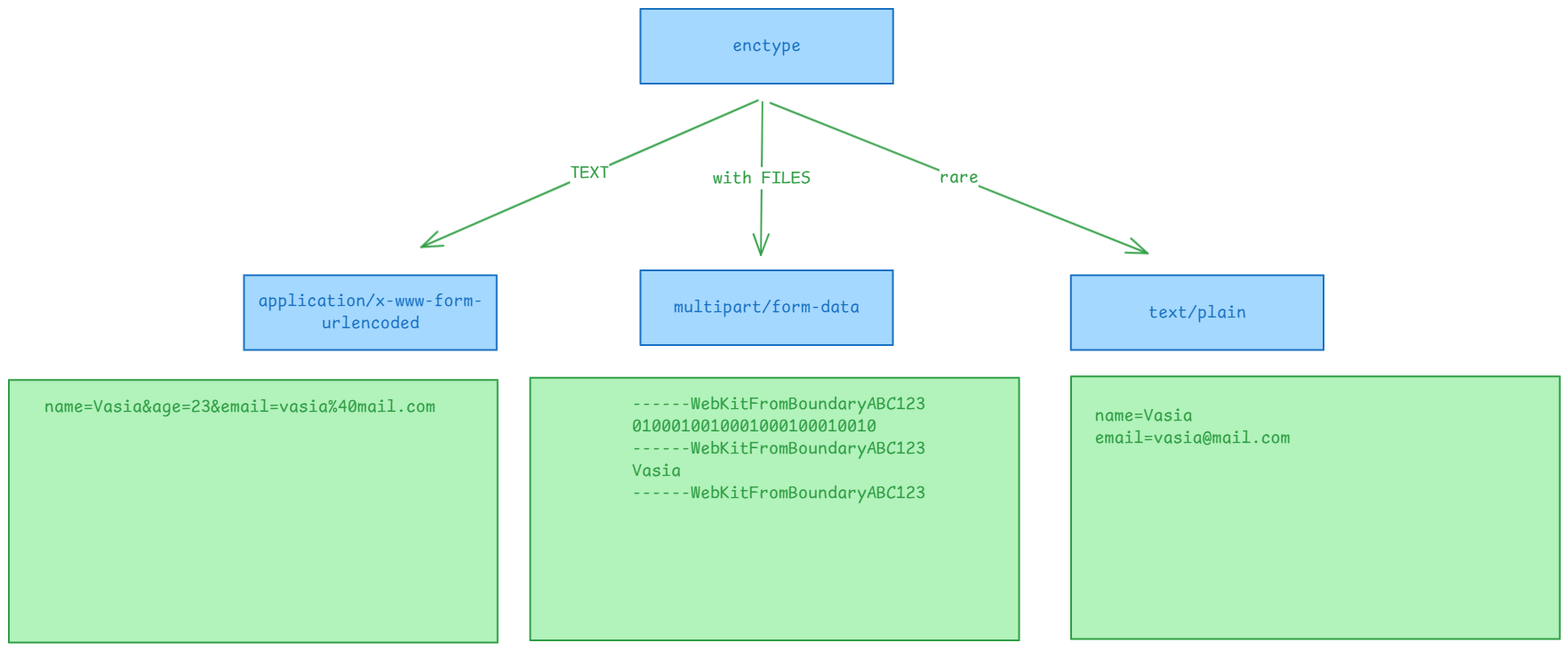
This is img/3_form.excalidraw.png from silvercodes/p23_p31_aspnetcore, a Excalidraw export, as it was before one commit. Source tidied: one line per element, renumbered; positions are measured from the earlier drawing's top-left corner, leaving out a move shared by most shapes.
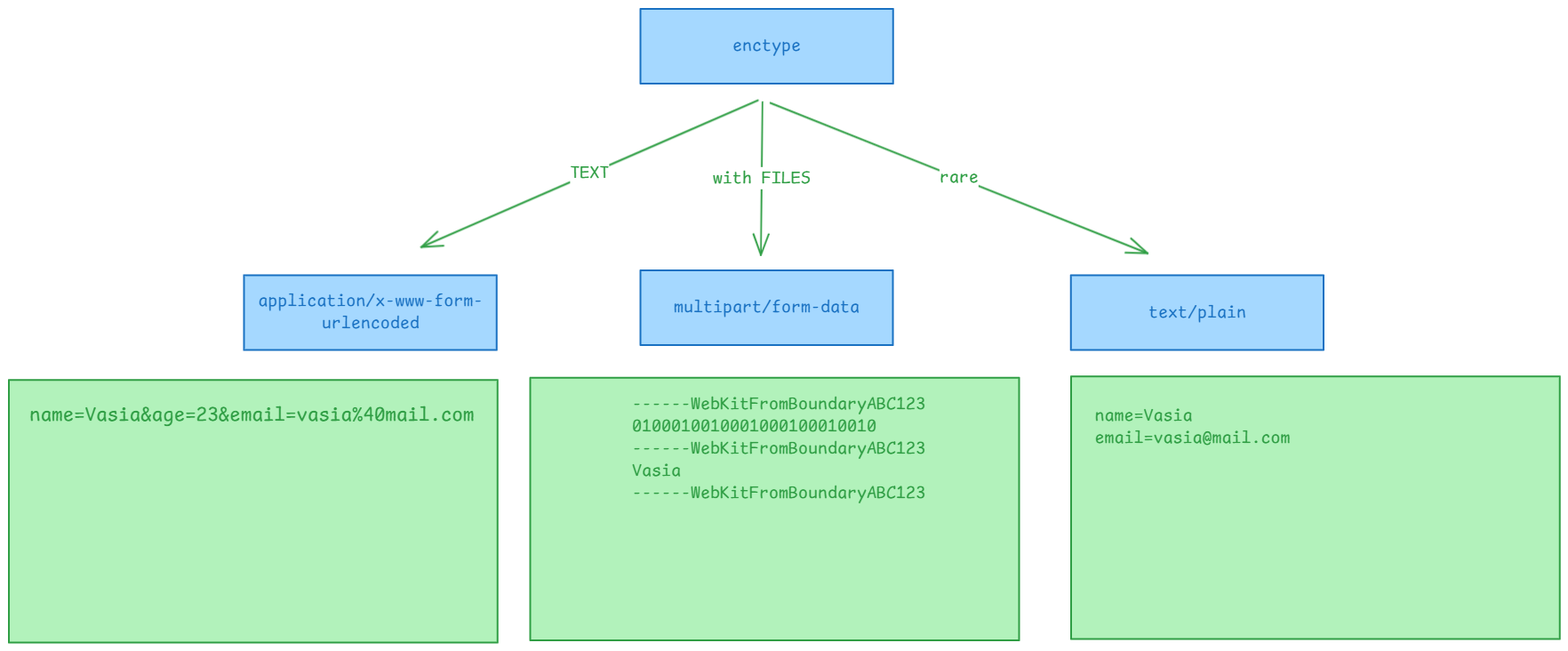
After the change.

Diff of the diagram source:
```diff
@@ -5,7 +5,7 @@
 {"id": 4, "type": "rectangle", "strokeColor": "#1971c2", "backgroundColor": "#a5d8ff", "fillStyle": "solid", "strokeWidth": 2, "roughness": 0, "x": 710, "y": 294, "width": 284, "height": 84}
 {"id": 5, "type": "text", "text": "multipart/form-data", "strokeColor": "#1971c2", "backgroundColor": "#a5d8ff", "fillStyle": "solid", "strokeWidth": 2, "roughness": 0, "fontSize": 20, "fontFamily": 8, "textAlign": "center", "verticalAlign": "middle", "inside": 4, "x": 748, "y": 323, "width": 209, "height": 25}
 {"id": 6, "type": "rectangle", "strokeColor": "#2f9e44", "backgroundColor": "#b2f2bb", "fillStyle": "solid", "strokeWidth": 2, "roughness": 0, "x": 0, "y": 417, "width": 550, "height": 295}
-{"id": 7, "type": "text", "text": "name=Vasia&age=23&email=vasia%40mail.com", "strokeColor": "#2f9e44", "backgroundColor": "#a5d8ff", "fillStyle": "solid", "strokeWidth": 2, "roughness": 0, "fontSize": 20, "fontFamily": 8, "x": 40, "y": 436, "width": 440, "height": 25}
+{"id": 7, "type": "text", "text": "name=Vasia&age=23&email=vasia%40mail.com", "strokeColor": "#2f9e44", "backgroundColor": "#a5d8ff", "fillStyle": "solid", "strokeWidth": 2, "roughness": 0, "fontSize": 22.74, "fontFamily": 8, "x": 23, "y": 443, "width": 500, "height": 28}
 {"id": 8, "type": "rectangle", "strokeColor": "#2f9e44", "backgroundColor": "#b2f2bb", "fillStyle": "solid", "strokeWidth": 2, "roughness": 0, "x": 587, "y": 415, "width": 550, "height": 295}
 {"id": 9, "type": "text", "text": "------WebKitFromBoundaryABC123\n0100010010001000100010010\n------WebKitFromBoundaryABC123\nVasia\n------WebKitFromBoundaryABC123", "strokeColor": "#2f9e44", "backgroundColor": "#b2f2bb", "fillStyle": "solid", "strokeWidth": 2, "roughness": 0, "fontSize": 20, "fontFamily": 8, "x": 701, "y": 432, "width": 330, "height": 125}
 {"id": 10, "type": "rectangle", "strokeColor": "#1971c2", "backgroundColor": "#a5d8ff", "fillStyle": "solid", "strokeWidth": 2, "roughness": 0, "x": 1195, "y": 300, "width": 284, "height": 84}
```
